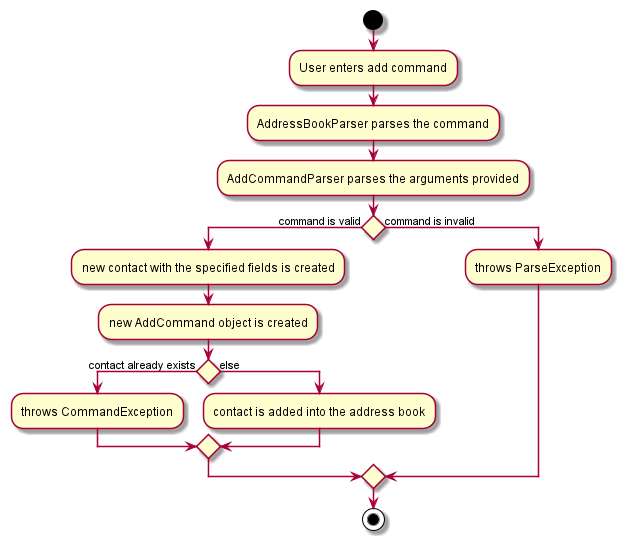
Earlier version of the PlantUML export docs/images/AddActivityDiagram.png (pranav-ganesh/tp).
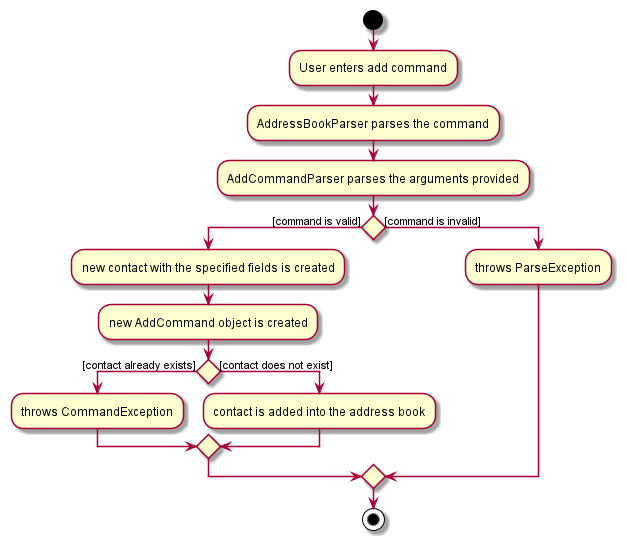
The same file after the commit.

Change to the diagram source:
```diff
@@ -4,15 +4,15 @@
 :User enters add command;
 :AddressBookParser parses the command;
 :AddCommandParser parses the arguments provided;
-if () then (command is valid)
+if () then ([command is valid])
   :new contact with the specified fields is created;
   :new AddCommand object is created;
-  if() then (contact already exists)
+  if() then ([contact already exists])
   :throws CommandException;
-  else (else)
+  else ([contact does not exist])
   :contact is added into the address book;
   endif
-else (command is invalid)
+else ([command is invalid])
   :throws ParseException;
 endif
 
```
